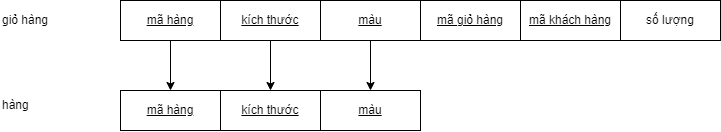
Above: img/database/mapping/mapping-cart.png in hienbui-iwrp/DACN_report (draw.io), before the change. Source tidied: cells renumbered, new cells last; positions are measured from the earlier drawing's top-left corner, leaving out a move shared by most shapes.
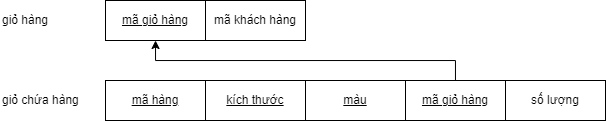
Later version of the same file.

The edit, as a diff of the source:
```diff
@@ -2,47 +2,40 @@
   <root>
     <mxCell id="0" />
     <mxCell id="1" parent="0" />
-    <mxCell id="2" value="giỏ hàng&amp;nbsp;" style="text;html=1;align=left;verticalAlign=middle;strokeColor=none;fillColor=none;" parent="1" vertex="1">
-      <mxGeometry y="5" width="70" height="30" as="geometry" />
+    <mxCell id="2" style="edgeStyle=orthogonalEdgeStyle;rounded=0;jettySize=auto;html=1;" parent="1" edge="1" source="3" target="10">
+      <mxGeometry relative="1" as="geometry">
+        <Array as="points">
+          <mxPoint x="520" y="-365" />
+          <mxPoint x="220" y="-365" />
+        </Array>
+      </mxGeometry>
     </mxCell>
     <mxCell id="3" value="&lt;u&gt;mã giỏ hàng&lt;/u&gt;" style="rounded=0;whiteSpace=wrap;html=1;" parent="1" vertex="1">
-      <mxGeometry x="420" width="100" height="40" as="geometry" />
+      <mxGeometry x="470" y="-345" width="100" height="40" as="geometry" />
     </mxCell>
-    <mxCell id="4" style="edgeStyle=orthogonalEdgeStyle;rounded=0;jettySize=auto;html=1;" parent="1" edge="1" source="5" target="12">
-      <mxGeometry relative="1" as="geometry" />
+    <mxCell id="4" value="&lt;u&gt;mã hàng&lt;/u&gt;" style="rounded=0;whiteSpace=wrap;html=1;" parent="1" vertex="1">
+      <mxGeometry x="170" y="-345" width="100" height="40" as="geometry" />
     </mxCell>
-    <mxCell id="5" value="&lt;u&gt;mã hàng&lt;/u&gt;" style="rounded=0;whiteSpace=wrap;html=1;" parent="1" vertex="1">
-      <mxGeometry x="120" width="100" height="40" as="geometry" />
+    <mxCell id="5" value="&lt;u&gt;kích thước&lt;/u&gt;" style="rounded=0;whiteSpace=wrap;html=1;" parent="1" vertex="1">
+      <mxGeometry x="270" y="-345" width="100" height="40" as="geometry" />
     </mxCell>
-    <mxCell id="6" style="edgeStyle=orthogonalEdgeStyle;rounded=0;jettySize=auto;html=1;" parent="1" edge="1" source="7" target="13">
-      <mxGeometry relative="1" as="geometry" />
+    <mxCell id="6" value="&lt;u&gt;màu&lt;/u&gt;" style="rounded=0;whiteSpace=wrap;html=1;" parent="1" vertex="1">
+      <mxGeometry x="370" y="-345" width="100" height="40" as="geometry" />
     </mxCell>
-    <mxCell id="7" value="&lt;u&gt;kích thước&lt;/u&gt;" style="rounded=0;whiteSpace=wrap;html=1;" parent="1" vertex="1">
-      <mxGeometry x="220" width="100" height="40" as="geometry" />
+    <mxCell id="7" value="số lượng" style="rounded=0;whiteSpace=wrap;html=1;" parent="1" vertex="1">
+      <mxGeometry x="570" y="-345" width="100" height="40" as="geometry" />
     </mxCell>
-    <mxCell id="8" style="edgeStyle=orthogonalEdgeStyle;rounded=0;jettySize=auto;html=1;" parent="1" edge="1" source="9" target="14">
-      <mxGeometry relative="1" as="geometry" />
+    <mxCell id="8" value="giỏ chứa hàng&amp;nbsp;" style="text;html=1;align=left;verticalAlign=middle;strokeColor=none;fillColor=none;" parent="1" vertex="1">
+      <mxGeometry x="65" y="-340" width="100" height="30" as="geometry" />
     </mxCell>
-    <mxCell id="9" value="&lt;u&gt;màu&lt;/u&gt;" style="rounded=0;whiteSpace=wrap;html=1;" parent="1" vertex="1">
-      <mxGeometry x="320" width="100" height="40" as="geometry" />
+    <mxCell id="9" value="giỏ hàng" style="text;html=1;align=left;verticalAlign=middle;points=[];strokeColor=none;fillColor=none;" parent="1" vertex="1">
+      <mxGeometry x="65" y="-420" width="70" height="30" as="geometry" />
     </mxCell>
-    <mxCell id="10" value="số lượng" style="rounded=0;whiteSpace=wrap;html=1;" parent="1" vertex="1">
-      <mxGeometry x="620" width="100" height="40" as="geometry" />
+    <mxCell id="10" value="&lt;u&gt;mã giỏ hàng&lt;/u&gt;" style="rounded=0;whiteSpace=wrap;html=1;" parent="1" vertex="1">
+      <mxGeometry x="170" y="-425" width="100" height="40" as="geometry" />
     </mxCell>
-    <mxCell id="11" value="hàng" style="text;html=1;align=left;verticalAlign=middle;strokeColor=none;fillColor=none;" parent="1" vertex="1">
-      <mxGeometry y="90" width="50" height="30" as="geometry" />
+    <mxCell id="11" value="mã khách hàng" style="rounded=0;whiteSpace=wrap;html=1;" parent="1" vertex="1">
+      <mxGeometry x="270" y="-425" width="100" height="40" as="geometry" />
     </mxCell>
-    <mxCell id="12" value="&lt;u&gt;mã hàng&lt;/u&gt;" style="rounded=0;whiteSpace=wrap;html=1;" parent="1" vertex="1">
-      <mxGeometry x="120" y="90" width="100" height="40" as="geometry" />
-    </mxCell>
-    <mxCell id="13" value="&lt;u&gt;kích thước&lt;/u&gt;" style="rounded=0;whiteSpace=wrap;html=1;" parent="1" vertex="1">
-      <mxGeometry x="220" y="90" width="100" height="40" as="geometry" />
-    </mxCell>
-    <mxCell id="14" value="&lt;u&gt;màu&lt;/u&gt;" style="rounded=0;whiteSpace=wrap;html=1;" parent="1" vertex="1">
-      <mxGeometry x="320" y="90" width="100" height="40" as="geometry" />
-    </mxCell>
-    <mxCell id="15" value="&lt;u&gt;mã khách hàng&lt;/u&gt;" style="rounded=0;whiteSpace=wrap;html=1;" parent="1" vertex="1">
-      <mxGeometry x="520" width="100" height="40" as="geometry" />
-    </mxCell>
   </root>
 </mxGraphModel>
```
